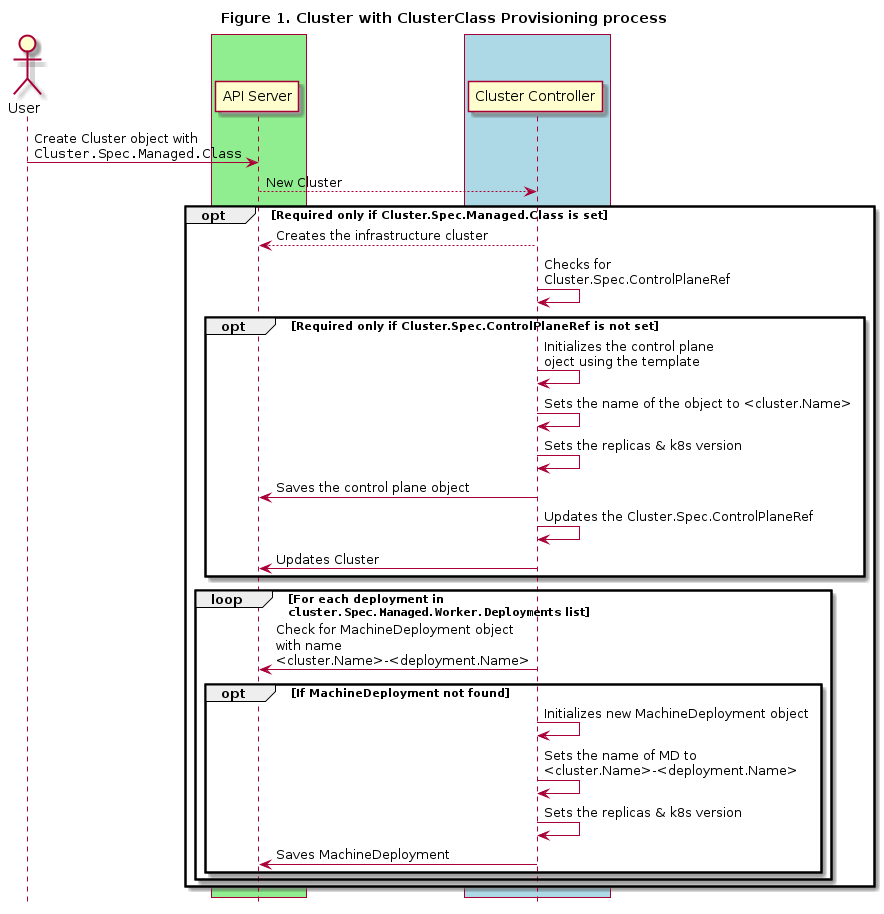
Earlier version of the PlantUML export docs/proposals/images/cluster-class/create.png (kubernetes-sigs/cluster-api). The source it was exported from:
```plantuml
@startuml
title Figure 1. Cluster with ClusterClass Provisioning process
actor User


box #LightGreen
participant "API Server"
end box

box #LightBlue
participant "Cluster Controller"
end box


User -> "API Server" : Create Cluster object with\n""Cluster.Spec.Managed.Class""
"API Server" --> "Cluster Controller": New Cluster
opt Required only if Cluster.Spec.Managed.Class is set
"Cluster Controller" --> "API Server": Creates the infrastructure cluster
"Cluster Controller" -> "Cluster Controller": Checks for\nCluster.Spec.ControlPlaneRef
opt Required only if Cluster.Spec.ControlPlaneRef is not set
  "Cluster Controller" -> "Cluster Controller": Initializes the control plane \noject using the template
  "Cluster Controller" -> "Cluster Controller": Sets the name of the object to <cluster.Name>
  "Cluster Controller" -> "Cluster Controller": Sets the replicas & k8s version
  "Cluster Controller" -> "API Server": Saves the control plane object
  "Cluster Controller" -> "Cluster Controller": Updates the Cluster.Spec.ControlPlaneRef
  "Cluster Controller" -> "API Server": Updates Cluster
end
loop For each deployment in\n""cluster.Spec.Managed.Worker.Deployments"" list
  "Cluster Controller" -> "API Server": Check for MachineDeployment object\nwith name\n<cluster.Name>-<deployment.Name>
  opt If MachineDeployment not found
    "Cluster Controller" -> "Cluster Controller": Initializes new MachineDeployment object
    "Cluster Controller" -> "Cluster Controller": Sets the name of MD to\n<cluster.Name>-<deployment.Name>
    "Cluster Controller" -> "Cluster Controller": Sets the replicas & k8s version
    "Cluster Controller" -> "API Server": Saves MachineDeployment
  end
end
end



hide footbox
@enduml
```
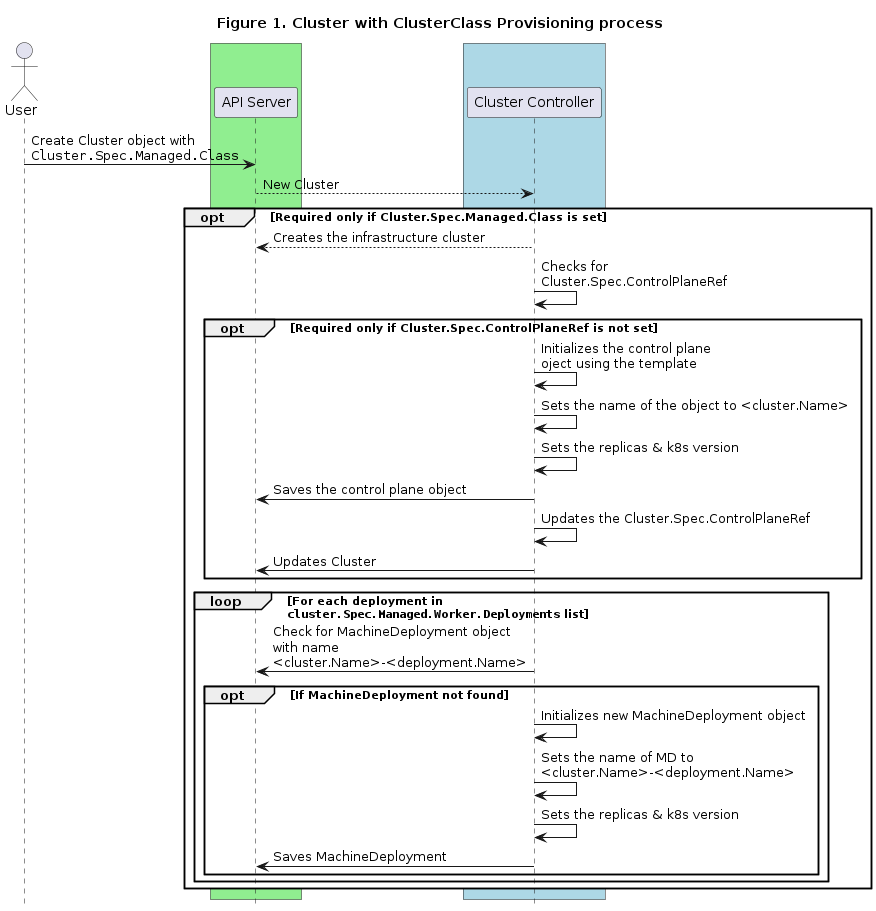
After the commit.

What changed in the source:
```diff
@@ -14,7 +14,7 @@
 
 User -> "API Server" : Create Cluster object with\n""Cluster.Spec.Managed.Class""
 "API Server" --> "Cluster Controller": New Cluster
-opt Required only if Cluster.Spec.Managed.Class is set
+opt #white Required only if Cluster.Spec.Managed.Class is set
 "Cluster Controller" --> "API Server": Creates the infrastructure cluster
 "Cluster Controller" -> "Cluster Controller": Checks for\nCluster.Spec.ControlPlaneRef
 opt Required only if Cluster.Spec.ControlPlaneRef is not set
```
